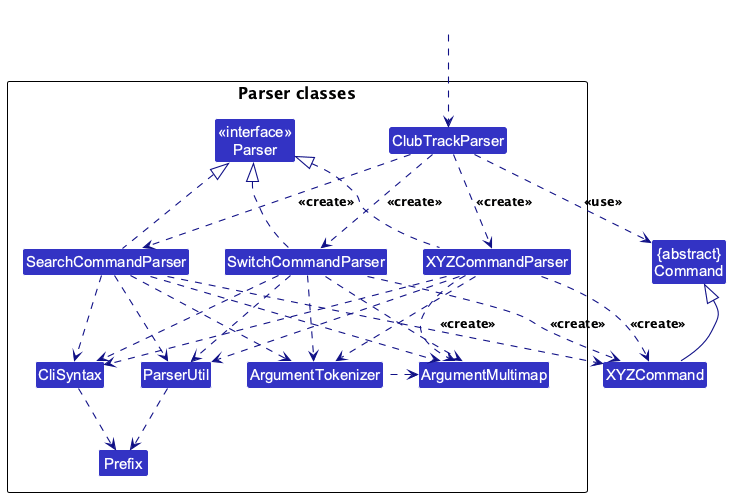
Before: docs/diagrams/ParserClassDiagram.png, a diagram exported from PlantUML (javierchuaby/tp).
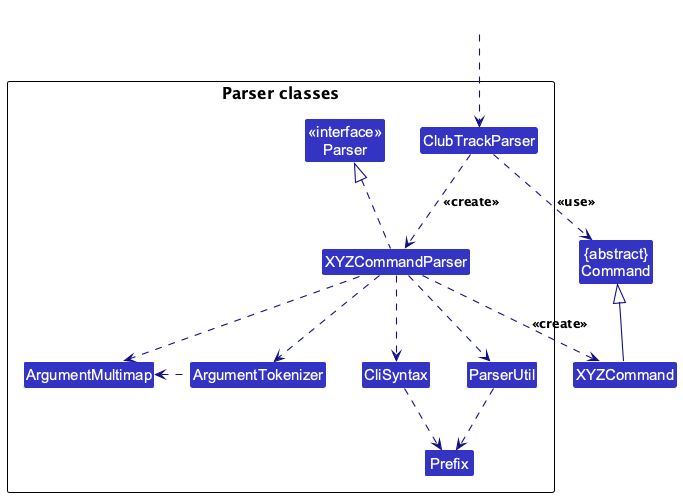
After the commit.

Diff of the diagram source:
```diff
@@ -11,8 +11,6 @@
 Class "<<interface>>\nParser" as Parser
 Class ClubTrackParser
 Class XYZCommandParser
-Class SearchCommandParser
-Class SwitchCommandParser
 Class CliSyntax
 Class ParserUtil
 Class ArgumentMultimap
@@ -24,32 +22,16 @@
 HiddenOutside ..> ClubTrackParser
 
 ClubTrackParser .down.> XYZCommandParser: <<create>>
-ClubTrackParser .down.> SearchCommandParser: <<create>>
-ClubTrackParser .down.> SwitchCommandParser: <<create>>
 
 XYZCommandParser ..> XYZCommand : <<create>>
-SearchCommandParser ..> XYZCommand : <<create>>
-SwitchCommandParser ..> XYZCommand : <<create>>
 
 ClubTrackParser ..> Command : <<use>>
 XYZCommandParser .up.|> Parser
-SearchCommandParser .up.|> Parser
-SwitchCommandParser .up.|> Parser
 
 XYZCommandParser ..> ArgumentMultimap
 XYZCommandParser ..> ArgumentTokenizer
 XYZCommandParser ..> CliSyntax
 XYZCommandParser ..> ParserUtil
-
-SearchCommandParser ..> ArgumentMultimap
-SearchCommandParser ..> ArgumentTokenizer
-SearchCommandParser ..> CliSyntax
-SearchCommandParser ..> ParserUtil
-
-SwitchCommandParser ..> ArgumentMultimap
-SwitchCommandParser ..> ArgumentTokenizer
-SwitchCommandParser ..> CliSyntax
-SwitchCommandParser ..> ParserUtil
 
 ArgumentTokenizer .left.> ArgumentMultimap
 CliSyntax ..> Prefix
```
